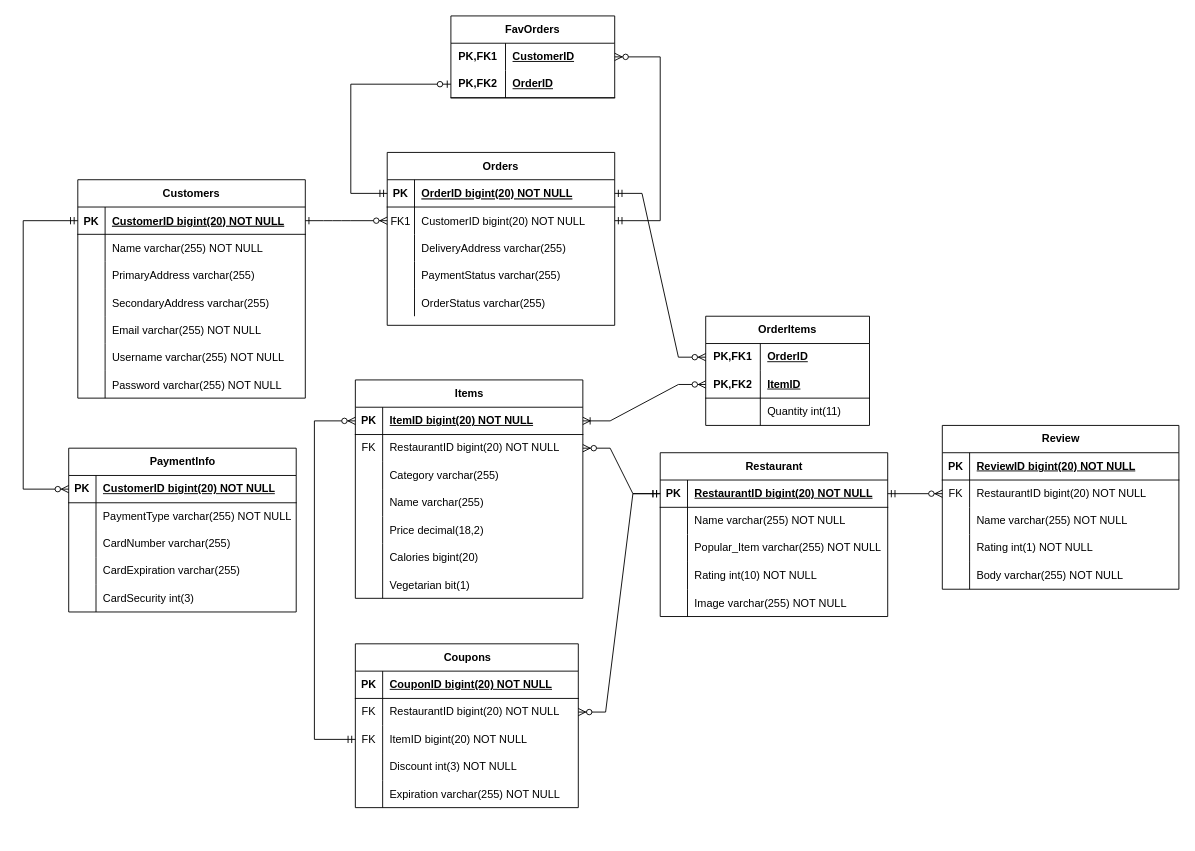
Earlier version of the draw.io diagram dashers.drawio (BrianNguyen636/dashers-service). Source tidied: cells renumbered, new cells numbered last; positions are measured from the earlier drawing's top-left corner, leaving out a move shared by most shapes. Both pictures are drawn from the tidied source at 91%, with x=0, y=0 at pixel (23, 15).
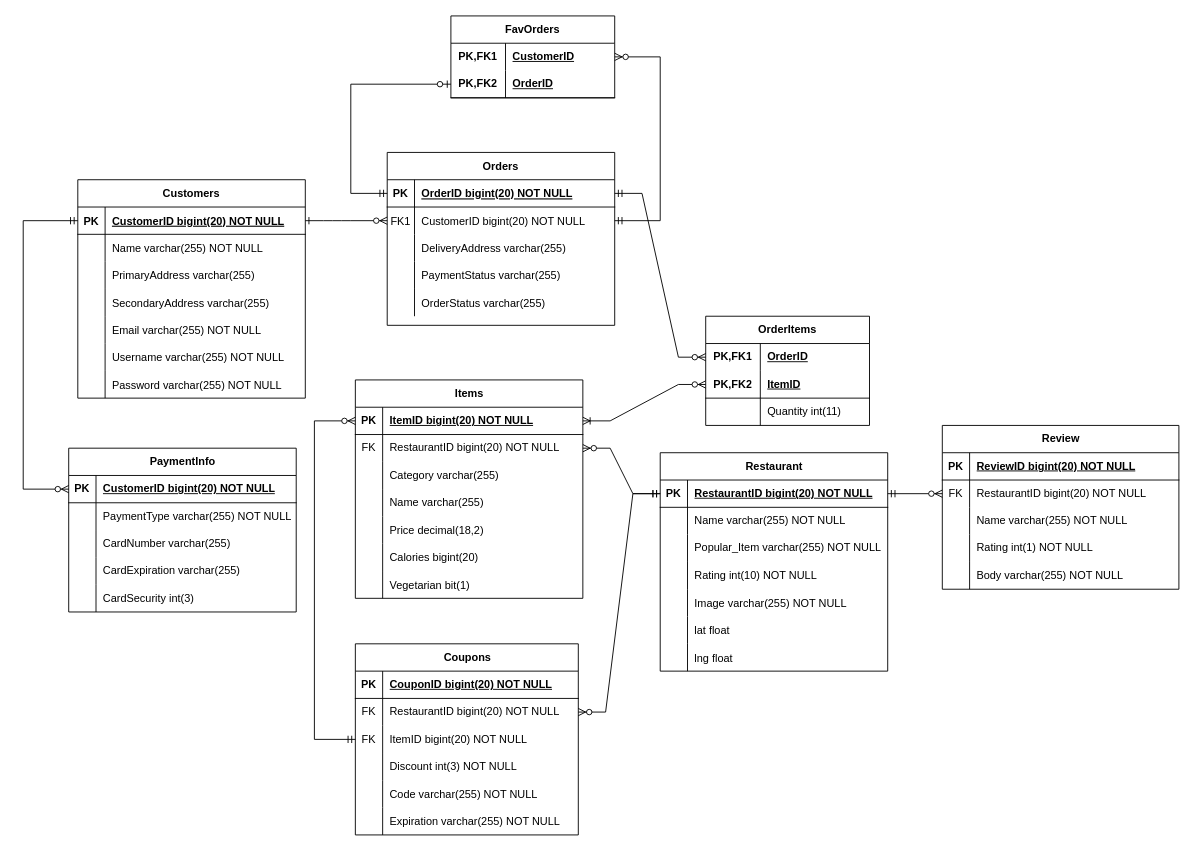
Above is the later version.

Change to the diagram source:
```diff
@@
     <mxCell id="80" value="Restaurant" style="shape=table;startSize=30;childLayout=tableLayout;rowLines=0;fontStyle=1;align=center;html=1;" parent="1" vertex="1">
-      <mxGeometry x="700" y="480" width="250" height="180" as="geometry" />
+      <mxGeometry x="700" y="480" width="250" height="240" as="geometry" />
     </mxCell>
@@
+    <mxCell id="153" style="shape=tableRow;horizontal=0;startSize=0;swimlaneHead=0;swimlaneBody=0;fillColor=none;top=0;left=0;right=0;bottom=0;" parent="80" vertex="1">
+      <mxGeometry y="180" width="250" height="30" as="geometry" />
+    </mxCell>
+    <mxCell id="154" style="shape=partialRectangle;fillColor=none;top=0;left=0;bottom=0;right=0;overflow=hidden;" parent="153" vertex="1">
+      <mxGeometry width="30" height="30" as="geometry" />
+    </mxCell>
+    <mxCell id="155" value="lat float" style="shape=partialRectangle;fillColor=none;top=0;left=0;bottom=0;right=0;align=left;spacingLeft=6;overflow=hidden;" parent="153" vertex="1">
+      <mxGeometry x="30" width="220" height="30" as="geometry" />
+    </mxCell>
+    <mxCell id="156" style="shape=tableRow;horizontal=0;startSize=0;swimlaneHead=0;swimlaneBody=0;fillColor=none;top=0;left=0;right=0;bottom=0;" parent="80" vertex="1">
+      <mxGeometry y="210" width="250" height="30" as="geometry" />
+    </mxCell>
+    <mxCell id="157" style="shape=partialRectangle;fillColor=none;top=0;left=0;bottom=0;right=0;overflow=hidden;" parent="156" vertex="1">
+      <mxGeometry width="30" height="30" as="geometry" />
+    </mxCell>
+    <mxCell id="158" value="lng float" style="shape=partialRectangle;fillColor=none;top=0;left=0;bottom=0;right=0;align=left;spacingLeft=6;overflow=hidden;" parent="156" vertex="1">
+      <mxGeometry x="30" width="220" height="30" as="geometry" />
+    </mxCell>
@@
     <mxCell id="118" value="Coupons" style="shape=table;startSize=30;childLayout=tableLayout;rowLines=0;fontStyle=1;align=center;html=1;" parent="1" vertex="1">
-      <mxGeometry x="365" y="690" width="245" height="180" as="geometry" />
+      <mxGeometry x="365" y="690" width="245" height="210" as="geometry" />
     </mxCell>
@@
+    <mxCell id="159" style="shape=tableRow;horizontal=0;startSize=0;swimlaneHead=0;swimlaneBody=0;fillColor=none;top=0;left=0;right=0;bottom=0;" parent="118" vertex="1">
+      <mxGeometry y="150" width="245" height="30" as="geometry" />
+    </mxCell>
+    <mxCell id="160" style="shape=partialRectangle;fillColor=none;top=0;left=0;bottom=0;right=0;overflow=hidden;" parent="159" vertex="1">
+      <mxGeometry width="30" height="30" as="geometry" />
+    </mxCell>
+    <mxCell id="161" value="Code varchar(255) NOT NULL" style="shape=partialRectangle;fillColor=none;top=0;left=0;bottom=0;right=0;align=left;spacingLeft=6;overflow=hidden;" parent="159" vertex="1">
+      <mxGeometry x="30" width="215" height="30" as="geometry" />
+    </mxCell>
     <mxCell id="131" style="shape=tableRow;horizontal=0;startSize=0;swimlaneHead=0;swimlaneBody=0;fillColor=none;top=0;left=0;right=0;bottom=0;" parent="118" vertex="1">
-      <mxGeometry y="150" width="245" height="30" as="geometry" />
+      <mxGeometry y="180" width="245" height="30" as="geometry" />
     </mxCell>
```
